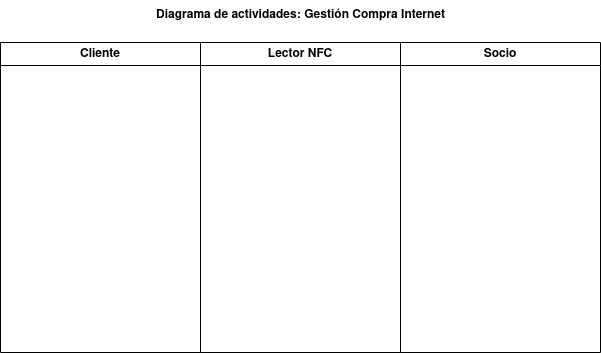
This is Diagramas/EXAMEN ETS DIAGRAMAS/Diagrama Actividades Gestión Compra Internet.drawio.png from RafaelMayor/ETS, a draw.io export, as it was before one commit. Source tidied: cells renumbered, new cells last; positions are measured from the earlier drawing's top-left corner, leaving out a move shared by most shapes.
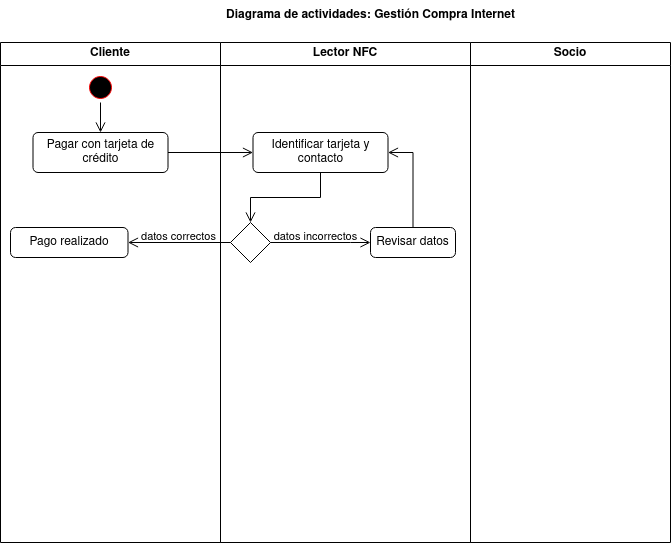
After the commit.

What changed in the source:
```diff
@@ -3,16 +3,62 @@
     <mxCell id="0" />
     <mxCell id="1" parent="0" />
     <mxCell id="2" value="Cliente" style="swimlane;whiteSpace=wrap;html=1;" parent="1" vertex="1">
-      <mxGeometry y="42" width="200" height="310" as="geometry" />
+      <mxGeometry x="-70" y="42" width="220" height="500" as="geometry" />
     </mxCell>
+    <mxCell id="6" style="ellipse;html=1;shape=startState;fillColor=#000000;strokeColor=#ff0000;" parent="2" vertex="1">
+      <mxGeometry x="85" y="30" width="30" height="30" as="geometry" />
+    </mxCell>
+    <mxCell id="7" style="edgeStyle=orthogonalEdgeStyle;html=1;verticalAlign=bottom;endArrow=open;endSize=8;strokeColor=#000000;rounded=0;entryX=0.5;entryY=0;entryDx=0;entryDy=0;" parent="2" edge="1" source="6" target="8">
+      <mxGeometry relative="1" as="geometry" />
+    </mxCell>
+    <mxCell id="8" value="Pagar con tarjeta de crédito" style="html=1;align=center;verticalAlign=middle;rounded=1;absoluteArcSize=1;arcSize=10;dashed=0;whiteSpace=wrap;" parent="2" vertex="1">
+      <mxGeometry x="32.5" y="90" width="135" height="40" as="geometry" />
+    </mxCell>
+    <mxCell id="9" value="Pago realizado" style="html=1;align=center;verticalAlign=middle;rounded=1;absoluteArcSize=1;arcSize=10;dashed=0;whiteSpace=wrap;" parent="2" vertex="1">
+      <mxGeometry x="10" y="185" width="117.5" height="30" as="geometry" />
+    </mxCell>
+    <mxCell id="10" value="&lt;font style=&quot;font-size: 11px;&quot;&gt;datos correctos&lt;/font&gt;" style="text;html=1;align=center;verticalAlign=middle;strokeColor=none;fillColor=none;" parent="2" vertex="1">
+      <mxGeometry x="127.5" y="180" width="100" height="30" as="geometry" />
+    </mxCell>
     <mxCell id="3" value="Socio" style="swimlane;whiteSpace=wrap;html=1;" parent="1" vertex="1">
-      <mxGeometry x="400" y="42" width="200" height="310" as="geometry" />
+      <mxGeometry x="400" y="42" width="200" height="500" as="geometry" />
     </mxCell>
     <mxCell id="4" value="Lector NFC" style="swimlane;whiteSpace=wrap;html=1;" parent="1" vertex="1">
-      <mxGeometry x="200" y="42" width="200" height="310" as="geometry" />
+      <mxGeometry x="150" y="42" width="250" height="500" as="geometry" />
     </mxCell>
+    <mxCell id="11" value="Identificar tarjeta y contacto" style="html=1;align=center;verticalAlign=middle;rounded=1;absoluteArcSize=1;arcSize=10;dashed=0;whiteSpace=wrap;" parent="4" vertex="1">
+      <mxGeometry x="32.5" y="90" width="135" height="40" as="geometry" />
+    </mxCell>
+    <mxCell id="12" style="rhombus;whiteSpace=wrap;html=1;" parent="4" vertex="1">
+      <mxGeometry x="10" y="180" width="40" height="40" as="geometry" />
+    </mxCell>
+    <mxCell id="13" style="edgeStyle=orthogonalEdgeStyle;html=1;verticalAlign=bottom;endArrow=open;endSize=8;strokeColor=#000000;rounded=0;entryX=0.5;entryY=0;entryDx=0;entryDy=0;exitX=0.5;exitY=1;exitDx=0;exitDy=0;" parent="4" edge="1" source="11" target="12">
+      <mxGeometry relative="1" as="geometry" />
+    </mxCell>
+    <mxCell id="14" value="Revisar datos" style="html=1;align=center;verticalAlign=middle;rounded=1;absoluteArcSize=1;arcSize=10;dashed=0;whiteSpace=wrap;" parent="4" vertex="1">
+      <mxGeometry x="150" y="185" width="85" height="30" as="geometry" />
+    </mxCell>
+    <mxCell id="15" style="edgeStyle=orthogonalEdgeStyle;html=1;verticalAlign=bottom;endArrow=open;endSize=8;strokeColor=#000000;rounded=0;entryX=0;entryY=0.5;entryDx=0;entryDy=0;exitX=1;exitY=0.5;exitDx=0;exitDy=0;" parent="4" edge="1" source="12" target="14">
+      <mxGeometry relative="1" as="geometry">
+        <Array as="points">
+          <mxPoint x="130" y="200" />
+        </Array>
+      </mxGeometry>
+    </mxCell>
+    <mxCell id="16" value="&lt;font style=&quot;font-size: 11px;&quot;&gt;datos incorrectos&lt;/font&gt;" style="text;html=1;align=center;verticalAlign=middle;strokeColor=none;fillColor=none;" parent="4" vertex="1">
+      <mxGeometry x="40" y="180" width="110" height="30" as="geometry" />
+    </mxCell>
+    <mxCell id="17" style="edgeStyle=orthogonalEdgeStyle;html=1;verticalAlign=bottom;endArrow=open;endSize=8;strokeColor=#000000;rounded=0;entryX=1;entryY=0.5;entryDx=0;entryDy=0;exitX=0.5;exitY=0;exitDx=0;exitDy=0;" parent="4" edge="1" source="14" target="11">
+      <mxGeometry relative="1" as="geometry" />
+    </mxCell>
     <mxCell id="5" value="&lt;b&gt;Diagrama de actividades: Gestión Compra Internet&lt;/b&gt;" style="text;html=1;align=center;verticalAlign=middle;strokeColor=none;fillColor=none;" parent="1" vertex="1">
       <mxGeometry x="145" width="310" height="30" as="geometry" />
     </mxCell>
+    <mxCell id="18" style="edgeStyle=orthogonalEdgeStyle;html=1;verticalAlign=bottom;endArrow=open;endSize=8;strokeColor=#000000;rounded=0;entryX=0;entryY=0.5;entryDx=0;entryDy=0;exitX=1;exitY=0.5;exitDx=0;exitDy=0;" parent="1" edge="1" source="8" target="11">
+      <mxGeometry relative="1" as="geometry" />
+    </mxCell>
+    <mxCell id="19" style="edgeStyle=orthogonalEdgeStyle;html=1;verticalAlign=bottom;endArrow=open;endSize=8;strokeColor=#000000;rounded=0;exitX=0;exitY=0.5;exitDx=0;exitDy=0;entryX=1;entryY=0.5;entryDx=0;entryDy=0;" parent="1" edge="1" source="12" target="9">
+      <mxGeometry relative="1" as="geometry" />
+    </mxCell>
   </root>
 </mxGraphModel>
```
